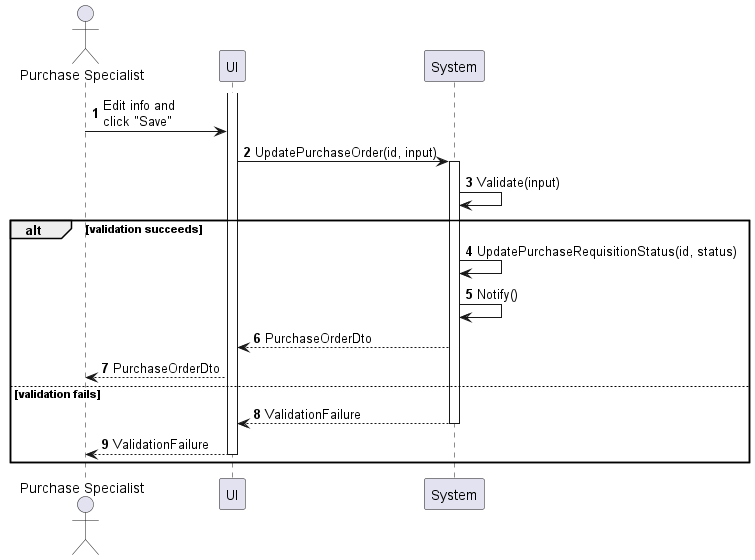
Above: sequences/purchase-order-update.png in phihungha/scmss-reqs (PlantUML), before the change. The source it was exported from:
```plantuml
@startuml purchase-order-update
autonumber

actor "Purchase Specialist" as a
participant UI as f
participant System as b

activate f
a -> f : Edit info and\nclick "Save"
f -> b : UpdatePurchaseOrder(id, input)
activate b
b -> b : Validate(input)

alt validation succeeds
    b -> b : UpdatePurchaseRequisitionStatus(id, status)
    b -> b : Notify()
    b --> f : PurchaseOrderDto
    f --> a : PurchaseOrderDto
else validation fails
    return ValidationFailure
    f --> a : ValidationFailure
    deactivate f
end
@enduml
```
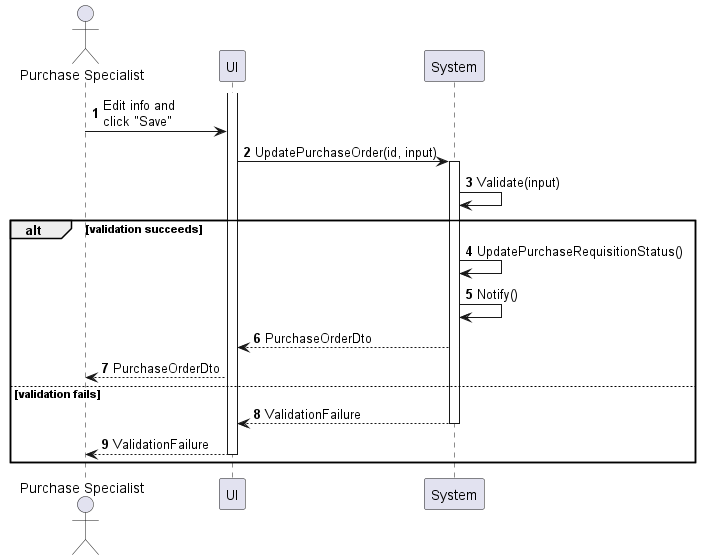
The same diagram one commit later.

The edit, as a diff of the source:
```diff
@@ -12,7 +12,7 @@
 b -> b : Validate(input)
 
 alt validation succeeds
-    b -> b : UpdatePurchaseRequisitionStatus(id, status)
+    b -> b : UpdatePurchaseRequisitionStatus()
     b -> b : Notify()
     b --> f : PurchaseOrderDto
     f --> a : PurchaseOrderDto
```
